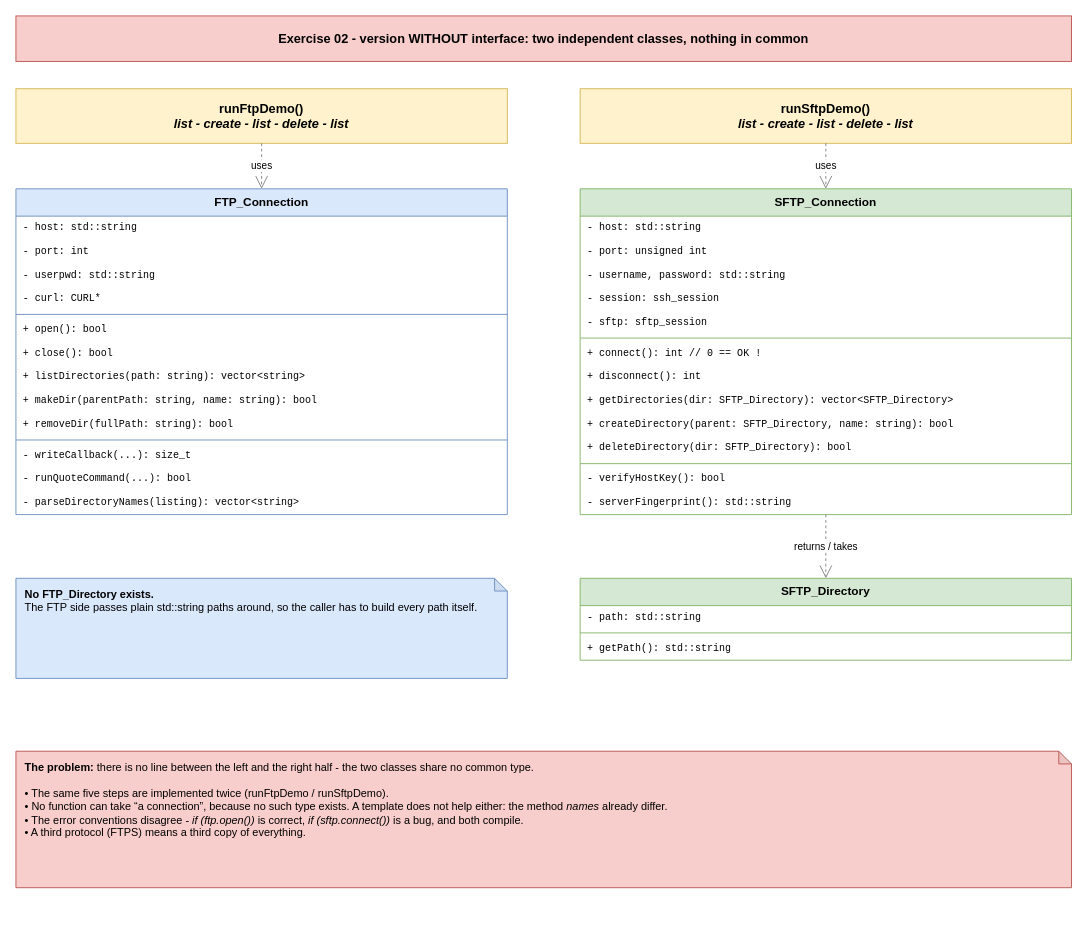
FabriceFF/son-ftp.cs.hshl.org keeps this draw.io diagram as Code/handout/diagrams/without_interface.drawio. Above is the earlier version. Source tidied: cells renumbered, new cells numbered last; positions are measured from the earlier drawing's top-left corner, leaving out a move shared by most shapes. Both pictures are drawn from the tidied source at 91%, with x=0, y=0 at pixel (15, 15).
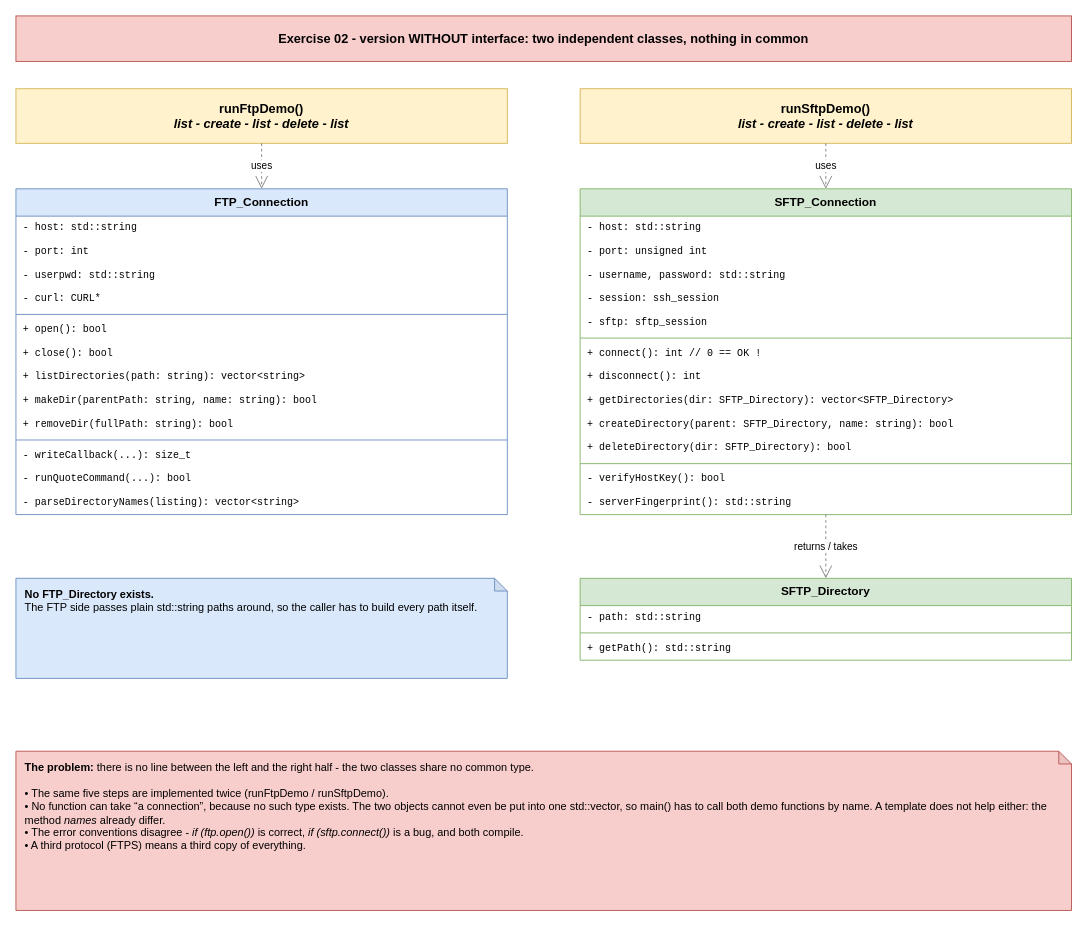
After the change.

Commit message (it also covers changes not shown here):
Exercise 02: one interface loop for both protocols, deleting is now a task

Change to the diagram source:
```diff
@@
-    <mxCell id="40" value="&lt;b&gt;The problem:&lt;/b&gt; there is no line between the left and the right half - the two classes share no common type.&lt;br&gt;&lt;br&gt;• The same five steps are implemented twice (runFtpDemo / runSftpDemo).&lt;br&gt;• No function can take “a connection”, because no such type exists. A template does not help either: the method &lt;i&gt;names&lt;/i&gt; already differ.&lt;br&gt;• The error conventions disagree - &lt;i&gt;if (ftp.open())&lt;/i&gt; is correct, &lt;i&gt;if (sftp.connect())&lt;/i&gt; is a bug, and both compile.&lt;br&gt;• A third protocol (FTPS) means a third copy of everything." style="shape=note;whiteSpace=wrap;html=1;backgroundOutline=1;darkOpacity=0.05;fillColor=#f8cecc;strokeColor=#b85450;align=left;verticalAlign=top;spacingLeft=8;spacingTop=4;fontSize=12;size=14;" parent="1" vertex="1">
-      <mxGeometry y="808" width="1160" height="150" as="geometry" />
+    <mxCell id="40" value="&lt;b&gt;The problem:&lt;/b&gt; there is no line between the left and the right half - the two classes share no common type.&lt;br&gt;&lt;br&gt;• The same five steps are implemented twice (runFtpDemo / runSftpDemo).&lt;br&gt;• No function can take “a connection”, because no such type exists. The two objects cannot even be put into one std::vector, so main() has to call both demo functions by name. A template does not help either: the method &lt;i&gt;names&lt;/i&gt; already differ.&lt;br&gt;• The error conventions disagree - &lt;i&gt;if (ftp.open())&lt;/i&gt; is correct, &lt;i&gt;if (sftp.connect())&lt;/i&gt; is a bug, and both compile.&lt;br&gt;• A third protocol (FTPS) means a third copy of everything." style="shape=note;whiteSpace=wrap;html=1;backgroundOutline=1;darkOpacity=0.05;fillColor=#f8cecc;strokeColor=#b85450;align=left;verticalAlign=top;spacingLeft=8;spacingTop=4;fontSize=12;size=14;" parent="1" vertex="1">
+      <mxGeometry y="808" width="1160" height="175" as="geometry" />
     </mxCell>
```
